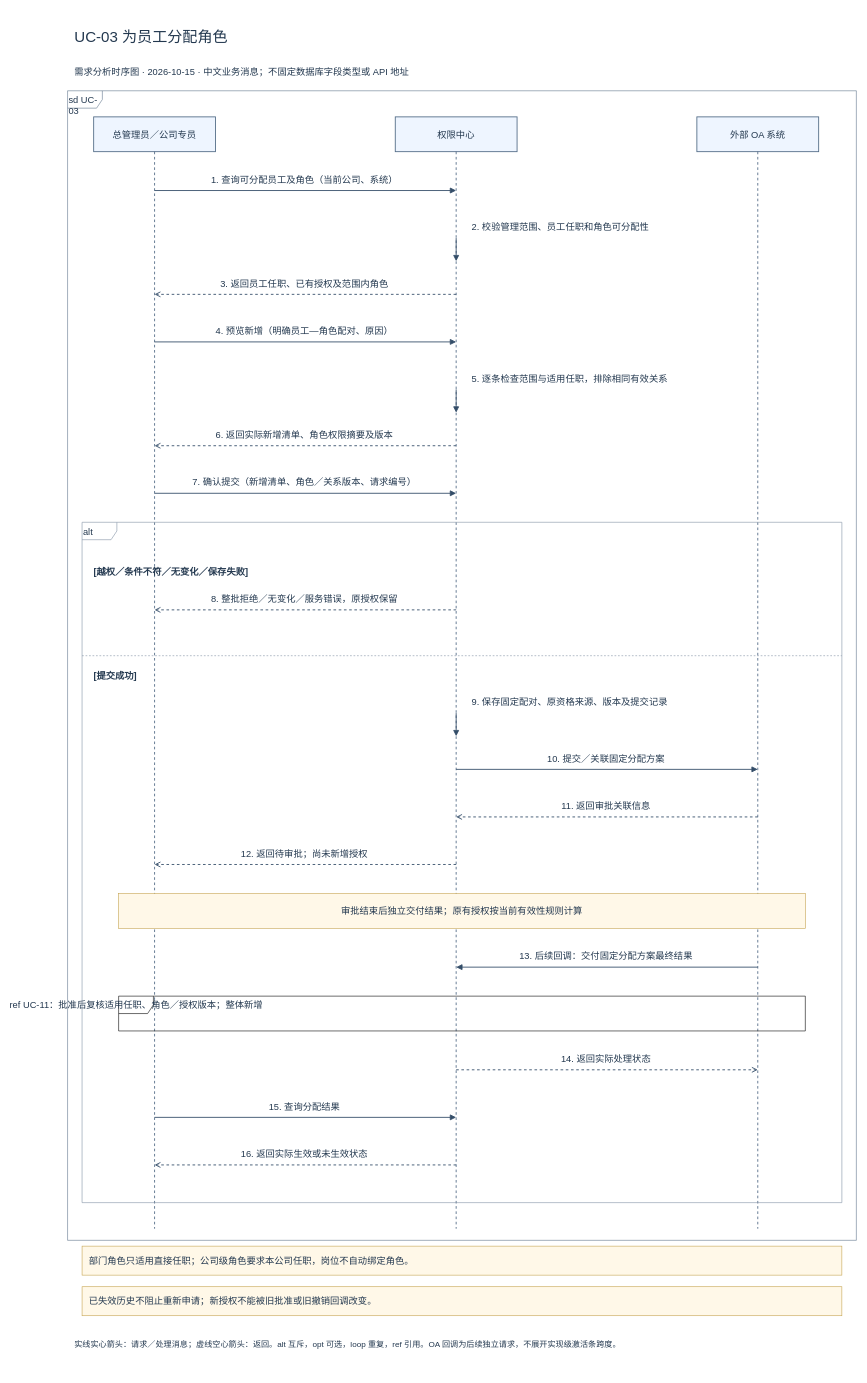
The draw.io diagram page "UC-03 为员工分配角色" (3 of 18) of docs/sequences-v1/权限管理系统_全部时序图.drawio in Noah-hope/RBAC-admin, before the edit. Source tidied: cells renumbered, new cells numbered last; positions are measured from the earlier drawing's top-left corner, leaving out a move shared by most shapes. Both pictures are drawn from the tidied source at 58%, with x=0, y=0 at pixel (67, 24).
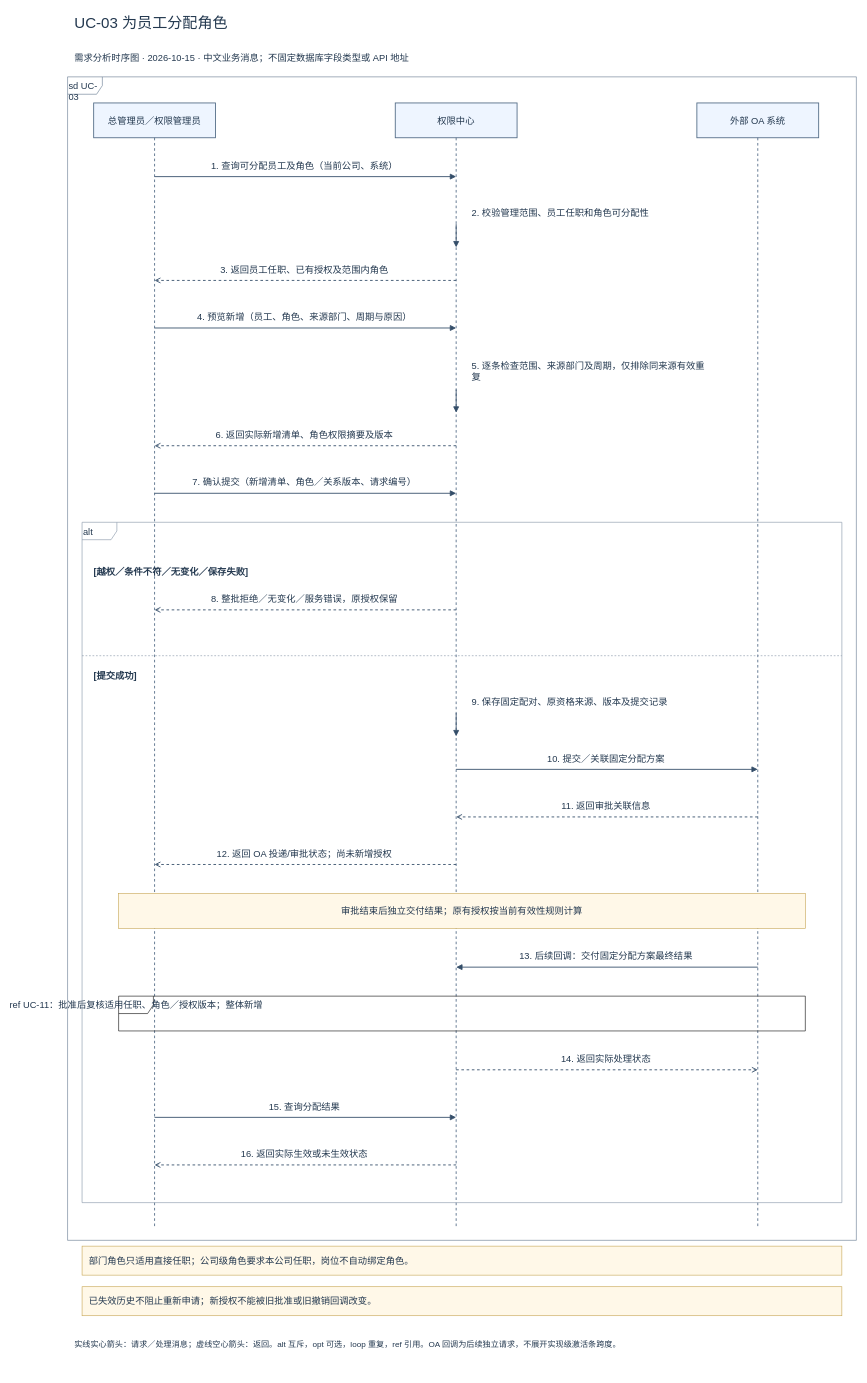
After the change.

Change to the diagram source:
```diff
@@
     <mxCell id="2" value="sd UC-03" style="html=1;fontFamily=Microsoft YaHei;fontSize=16;fontColor=#23384f;shape=umlFrame;whiteSpace=wrap;align=left;verticalAlign=top;fillColor=none;strokeColor=#60748b;" parent="1" vertex="1">
-      <mxGeometry y="115" width="1360" height="1982" as="geometry" />
+      <mxGeometry y="91" width="1360" height="2006" as="geometry" />
     </mxCell>
     <mxCell id="3" value="UC-03 为员工分配角色" style="html=1;fontFamily=Microsoft YaHei;fontSize=16;fontColor=#23384f;text;align=left;fontSize=26;fillColor=none;strokeColor=none;" parent="1" vertex="1">
-      <mxGeometry x="10" width="1340" height="60" as="geometry" />
+      <mxGeometry x="10" y="-24" width="1340" height="60" as="geometry" />
     </mxCell>
     <mxCell id="4" value="需求分析时序图 · 2026-10-15 · 中文业务消息；不固定数据库字段类型或 API 地址" style="html=1;fontFamily=Microsoft YaHei;fontSize=16;fontColor=#23384f;text;align=left;fillColor=none;strokeColor=none;" parent="1" vertex="1">
-      <mxGeometry x="10" y="67" width="1340" height="40" as="geometry" />
+      <mxGeometry x="10" y="43" width="1340" height="40" as="geometry" />
     </mxCell>
-    <mxCell id="5" value="总管理员／公司专员" style="html=1;fontFamily=Microsoft YaHei;fontSize=16;fontColor=#23384f;shape=umlLifeline;perimeter=lifelinePerimeter;size=60;align=center;verticalAlign=top;spacingTop=15;whiteSpace=wrap;fillColor=#eef5ff;strokeColor=#526b86;strokeWidth=1.5;" parent="1" vertex="1">
-      <mxGeometry x="45" y="160" width="210" height="1917" as="geometry" />
+    <mxCell id="5" value="总管理员／权限管理员" style="html=1;fontFamily=Microsoft YaHei;fontSize=16;fontColor=#23384f;shape=umlLifeline;perimeter=lifelinePerimeter;size=60;align=center;verticalAlign=top;spacingTop=15;whiteSpace=wrap;fillColor=#eef5ff;strokeColor=#526b86;strokeWidth=1.5;" parent="1" vertex="1">
+      <mxGeometry x="45" y="136" width="210" height="1941" as="geometry" />
     </mxCell>
     <mxCell id="6" value="权限中心" style="html=1;fontFamily=Microsoft YaHei;fontSize=16;fontColor=#23384f;shape=umlLifeline;perimeter=lifelinePerimeter;size=60;align=center;verticalAlign=top;spacingTop=15;whiteSpace=wrap;fillColor=#eef5ff;strokeColor=#526b86;strokeWidth=1.5;" parent="1" vertex="1">
-      <mxGeometry x="565" y="160" width="210" height="1917" as="geometry" />
+      <mxGeometry x="565" y="136" width="210" height="1941" as="geometry" />
     </mxCell>
     <mxCell id="7" value="外部 OA 系统" style="html=1;fontFamily=Microsoft YaHei;fontSize=16;fontColor=#23384f;shape=umlLifeline;perimeter=lifelinePerimeter;size=60;align=center;verticalAlign=top;spacingTop=15;whiteSpace=wrap;fillColor=#eef5ff;strokeColor=#526b86;strokeWidth=1.5;" parent="1" vertex="1">
-      <mxGeometry x="1085" y="160" width="210" height="1917" as="geometry" />
+      <mxGeometry x="1085" y="136" width="210" height="1941" as="geometry" />
     </mxCell>
@@
-    <mxCell id="12" style="html=1;edgeStyle=none;rounded=0;strokeColor=#334d68;strokeWidth=1.5;endSize=7;endArrow=block;endFill=1;exitX=0.5;entryX=0.5;exitY=0.06624934793948878;entryY=0.06624934793948878;exitPerimeter=0;entryPerimeter=0;jettySize=35;" parent="1" edge="1" source="5" target="6">
+    <mxCell id="12" style="html=1;edgeStyle=none;rounded=0;strokeColor=#334d68;strokeWidth=1.5;endSize=7;endArrow=block;endFill=1;exitX=0.5;entryX=0.5;exitY=0.06543019062339;entryY=0.06543019062339;exitPerimeter=0;entryPerimeter=0;jettySize=35;" parent="1" edge="1" source="5" target="6">
       <mxGeometry relative="1" as="geometry" />
     </mxCell>
     <mxCell id="13" value="1. 查询可分配员工及角色（当前公司、系统）" style="html=1;fontFamily=Microsoft YaHei;fontSize=16;fontColor=#23384f;text;align=center;verticalAlign=middle;fillColor=#ffffff;strokeColor=none;" parent="1" vertex="1">
-      <mxGeometry x="175" y="256" width="465" height="24" as="geometry" />
+      <mxGeometry x="175" y="232" width="465" height="24" as="geometry" />
     </mxCell>
-    <mxCell id="14" style="html=1;edgeStyle=orthogonalEdgeStyle;rounded=0;strokeColor=#334d68;strokeWidth=1.5;endSize=7;endArrow=block;endFill=1;exitX=0.5;entryX=0.5;exitY=0.1090245174752217;entryY=0.1298904538341158;exitPerimeter=0;entryPerimeter=0;jettySize=35;" parent="1" edge="1" source="6" target="6">
+    <mxCell id="14" style="html=1;edgeStyle=orthogonalEdgeStyle;rounded=0;strokeColor=#334d68;strokeWidth=1.5;endSize=7;endArrow=block;endFill=1;exitX=0.5;entryX=0.5;exitY=0.10767645543534261;entryY=0.12828438948995363;exitPerimeter=0;entryPerimeter=0;jettySize=35;" parent="1" edge="1" source="6" target="6">
       <mxGeometry relative="1" as="geometry" />
     </mxCell>
     <mxCell id="15" value="2. 校验管理范围、员工任职和角色可分配性" style="html=1;fontFamily=Microsoft YaHei;fontSize=16;fontColor=#23384f;text;align=left;verticalAlign=middle;fillColor=#ffffff;strokeColor=none;" parent="1" vertex="1">
-      <mxGeometry x="695" y="338" width="410" height="24" as="geometry" />
+      <mxGeometry x="695" y="314" width="410" height="24" as="geometry" />
     </mxCell>
-    <mxCell id="16" style="html=1;edgeStyle=none;rounded=0;strokeColor=#334d68;strokeWidth=1.5;endSize=7;endArrow=open;endFill=0;dashed=1;exitX=0.5;entryX=0.5;exitY=0.1596244131455399;entryY=0.1596244131455399;exitPerimeter=0;entryPerimeter=0;jettySize=35;" parent="1" edge="1" source="6" target="5">
+    <mxCell id="16" style="html=1;edgeStyle=none;rounded=0;strokeColor=#334d68;strokeWidth=1.5;endSize=7;endArrow=open;endFill=0;dashed=1;exitX=0.5;entryX=0.5;exitY=0.15765069551777433;entryY=0.15765069551777433;exitPerimeter=0;entryPerimeter=0;jettySize=35;" parent="1" edge="1" source="6" target="5">
       <mxGeometry relative="1" as="geometry" />
     </mxCell>
     <mxCell id="17" value="3. 返回员工任职、已有授权及范围内角色" style="html=1;fontFamily=Microsoft YaHei;fontSize=16;fontColor=#23384f;text;align=center;verticalAlign=middle;fillColor=#ffffff;strokeColor=none;" parent="1" vertex="1">
-      <mxGeometry x="175" y="435" width="465" height="24" as="geometry" />
+      <mxGeometry x="175" y="411" width="465" height="24" as="geometry" />
     </mxCell>
-    <mxCell id="18" style="html=1;edgeStyle=none;rounded=0;strokeColor=#334d68;strokeWidth=1.5;endSize=7;endArrow=block;endFill=1;exitX=0.5;entryX=0.5;exitY=0.2023995826812728;entryY=0.2023995826812728;exitPerimeter=0;entryPerimeter=0;jettySize=35;" parent="1" edge="1" source="5" target="6">
+    <mxCell id="18" style="html=1;edgeStyle=none;rounded=0;strokeColor=#334d68;strokeWidth=1.5;endSize=7;endArrow=block;endFill=1;exitX=0.5;entryX=0.5;exitY=0.19989696032972695;entryY=0.19989696032972695;exitPerimeter=0;entryPerimeter=0;jettySize=35;" parent="1" edge="1" source="5" target="6">
       <mxGeometry relative="1" as="geometry" />
     </mxCell>
-    <mxCell id="19" value="4. 预览新增（明确员工—角色配对、原因）" style="html=1;fontFamily=Microsoft YaHei;fontSize=16;fontColor=#23384f;text;align=center;verticalAlign=middle;fillColor=#ffffff;strokeColor=none;" parent="1" vertex="1">
-      <mxGeometry x="175" y="517" width="465" height="24" as="geometry" />
+    <mxCell id="19" value="4. 预览新增（员工、角色、来源部门、周期与原因）" style="html=1;fontFamily=Microsoft YaHei;fontSize=16;fontColor=#23384f;text;align=center;verticalAlign=middle;fillColor=#ffffff;strokeColor=none;" parent="1" vertex="1">
+      <mxGeometry x="175" y="493" width="465" height="24" as="geometry" />
     </mxCell>
-    <mxCell id="20" style="html=1;edgeStyle=orthogonalEdgeStyle;rounded=0;strokeColor=#334d68;strokeWidth=1.5;endSize=7;endArrow=block;endFill=1;exitX=0.5;entryX=0.5;exitY=0.24517475221700574;entryY=0.26604068857589985;exitPerimeter=0;entryPerimeter=0;jettySize=35;" parent="1" edge="1" source="6" target="6">
+    <mxCell id="20" style="html=1;edgeStyle=orthogonalEdgeStyle;rounded=0;strokeColor=#334d68;strokeWidth=1.5;endSize=7;endArrow=block;endFill=1;exitX=0.5;entryX=0.5;exitY=0.25450798557444615;entryY=0.2751159196290572;exitPerimeter=0;entryPerimeter=0;jettySize=35;" parent="1" edge="1" source="6" target="6">
       <mxGeometry relative="1" as="geometry" />
     </mxCell>
-    <mxCell id="21" value="5. 逐条检查范围与适用任职，排除相同有效关系" style="html=1;fontFamily=Microsoft YaHei;fontSize=16;fontColor=#23384f;text;align=left;verticalAlign=middle;fillColor=#ffffff;strokeColor=none;" parent="1" vertex="1">
-      <mxGeometry x="695" y="599" width="410" height="24" as="geometry" />
+    <mxCell id="21" value="5. 逐条检查范围、来源部门及周期，仅排除同来源有效重&lt;br&gt;复" style="html=1;fontFamily=Microsoft YaHei;fontSize=16;fontColor=#23384f;text;align=left;verticalAlign=middle;fillColor=#ffffff;strokeColor=none;" parent="1" vertex="1">
+      <mxGeometry x="695" y="575" width="410" height="48" as="geometry" />
     </mxCell>
-    <mxCell id="22" style="html=1;edgeStyle=none;rounded=0;strokeColor=#334d68;strokeWidth=1.5;endSize=7;endArrow=open;endFill=0;dashed=1;exitX=0.5;entryX=0.5;exitY=0.29577464788732394;entryY=0.29577464788732394;exitPerimeter=0;entryPerimeter=0;jettySize=35;" parent="1" edge="1" source="6" target="5">
+    <mxCell id="22" style="html=1;edgeStyle=none;rounded=0;strokeColor=#334d68;strokeWidth=1.5;endSize=7;endArrow=open;endFill=0;dashed=1;exitX=0.5;entryX=0.5;exitY=0.3044822256568779;entryY=0.3044822256568779;exitPerimeter=0;entryPerimeter=0;jettySize=35;" parent="1" edge="1" source="6" target="5">
       <mxGeometry relative="1" as="geometry" />
     </mxCell>
@@
-    <mxCell id="24" style="html=1;edgeStyle=none;rounded=0;strokeColor=#334d68;strokeWidth=1.5;endSize=7;endArrow=block;endFill=1;exitX=0.5;entryX=0.5;exitY=0.33854981742305684;entryY=0.33854981742305684;exitPerimeter=0;entryPerimeter=0;jettySize=35;" parent="1" edge="1" source="5" target="6">
+    <mxCell id="24" style="html=1;edgeStyle=none;rounded=0;strokeColor=#334d68;strokeWidth=1.5;endSize=7;endArrow=block;endFill=1;exitX=0.5;entryX=0.5;exitY=0.3467284904688305;entryY=0.3467284904688305;exitPerimeter=0;entryPerimeter=0;jettySize=35;" parent="1" edge="1" source="5" target="6">
       <mxGeometry relative="1" as="geometry" />
     </mxCell>
@@
-    <mxCell id="26" style="html=1;edgeStyle=none;rounded=0;strokeColor=#334d68;strokeWidth=1.5;endSize=7;endArrow=open;endFill=0;dashed=1;exitX=0.5;entryX=0.5;exitY=0.44340114762649974;entryY=0.44340114762649974;exitPerimeter=0;entryPerimeter=0;jettySize=35;" parent="1" edge="1" source="6" target="5">
+    <mxCell id="26" style="html=1;edgeStyle=none;rounded=0;strokeColor=#334d68;strokeWidth=1.5;endSize=7;endArrow=open;endFill=0;dashed=1;exitX=0.5;entryX=0.5;exitY=0.4502833590932509;entryY=0.4502833590932509;exitPerimeter=0;entryPerimeter=0;jettySize=35;" parent="1" edge="1" source="6" target="5">
       <mxGeometry relative="1" as="geometry" />
     </mxCell>
@@
-    <mxCell id="28" style="html=1;edgeStyle=orthogonalEdgeStyle;rounded=0;strokeColor=#334d68;strokeWidth=1.5;endSize=7;endArrow=block;endFill=1;exitX=0.5;entryX=0.5;exitY=0.5362545644235786;entryY=0.5571205007824727;exitPerimeter=0;entryPerimeter=0;jettySize=35;" parent="1" edge="1" source="6" target="6">
+    <mxCell id="28" style="html=1;edgeStyle=orthogonalEdgeStyle;rounded=0;strokeColor=#334d68;strokeWidth=1.5;endSize=7;endArrow=block;endFill=1;exitX=0.5;entryX=0.5;exitY=0.54198866563627;entryY=0.5625965996908809;exitPerimeter=0;entryPerimeter=0;jettySize=35;" parent="1" edge="1" source="6" target="6">
       <mxGeometry relative="1" as="geometry" />
     </mxCell>
@@
-    <mxCell id="30" style="html=1;edgeStyle=none;rounded=0;strokeColor=#334d68;strokeWidth=1.5;endSize=7;endArrow=block;endFill=1;exitX=0.5;entryX=0.5;exitY=0.5868544600938967;entryY=0.5868544600938967;exitPerimeter=0;entryPerimeter=0;jettySize=35;" parent="1" edge="1" source="6" target="7">
+    <mxCell id="30" style="html=1;edgeStyle=none;rounded=0;strokeColor=#334d68;strokeWidth=1.5;endSize=7;endArrow=block;endFill=1;exitX=0.5;entryX=0.5;exitY=0.5919629057187017;entryY=0.5919629057187017;exitPerimeter=0;entryPerimeter=0;jettySize=35;" parent="1" edge="1" source="6" target="7">
       <mxGeometry relative="1" as="geometry" />
     </mxCell>
@@
-    <mxCell id="32" style="html=1;edgeStyle=none;rounded=0;strokeColor=#334d68;strokeWidth=1.5;endSize=7;endArrow=open;endFill=0;dashed=1;exitX=0.5;entryX=0.5;exitY=0.6296296296296297;entryY=0.6296296296296297;exitPerimeter=0;entryPerimeter=0;jettySize=35;" parent="1" edge="1" source="7" target="6">
+    <mxCell id="32" style="html=1;edgeStyle=none;rounded=0;strokeColor=#334d68;strokeWidth=1.5;endSize=7;endArrow=open;endFill=0;dashed=1;exitX=0.5;entryX=0.5;exitY=0.6342091705306543;entryY=0.6342091705306543;exitPerimeter=0;entryPerimeter=0;jettySize=35;" parent="1" edge="1" source="7" target="6">
       <mxGeometry relative="1" as="geometry" />
     </mxCell>
@@
-    <mxCell id="34" style="html=1;edgeStyle=none;rounded=0;strokeColor=#334d68;strokeWidth=1.5;endSize=7;endArrow=open;endFill=0;dashed=1;exitX=0.5;entryX=0.5;exitY=0.6724047991653626;entryY=0.6724047991653626;exitPerimeter=0;entryPerimeter=0;jettySize=35;" parent="1" edge="1" source="6" target="5">
+    <mxCell id="34" style="html=1;edgeStyle=none;rounded=0;strokeColor=#334d68;strokeWidth=1.5;endSize=7;endArrow=open;endFill=0;dashed=1;exitX=0.5;entryX=0.5;exitY=0.6764554353426069;entryY=0.6764554353426069;exitPerimeter=0;entryPerimeter=0;jettySize=35;" parent="1" edge="1" source="6" target="5">
       <mxGeometry relative="1" as="geometry" />
     </mxCell>
-    <mxCell id="35" value="12. 返回待审批；尚未新增授权" style="html=1;fontFamily=Microsoft YaHei;fontSize=16;fontColor=#23384f;text;align=center;verticalAlign=middle;fillColor=#ffffff;strokeColor=none;" parent="1" vertex="1">
+    <mxCell id="35" value="12. 返回 OA 投递/审批状态；尚未新增授权" style="html=1;fontFamily=Microsoft YaHei;fontSize=16;fontColor=#23384f;text;align=center;verticalAlign=middle;fillColor=#ffffff;strokeColor=none;" parent="1" vertex="1">
       <mxGeometry x="175" y="1418" width="465" height="24" as="geometry" />
     </mxCell>
@@
-    <mxCell id="37" style="html=1;edgeStyle=none;rounded=0;strokeColor=#334d68;strokeWidth=1.5;endSize=7;endArrow=block;endFill=1;exitX=0.5;entryX=0.5;exitY=0.764736567553469;entryY=0.764736567553469;exitPerimeter=0;entryPerimeter=0;jettySize=35;" parent="1" edge="1" source="7" target="6">
+    <mxCell id="37" style="html=1;edgeStyle=none;rounded=0;strokeColor=#334d68;strokeWidth=1.5;endSize=7;endArrow=block;endFill=1;exitX=0.5;entryX=0.5;exitY=0.7676455435342607;entryY=0.7676455435342607;exitPerimeter=0;entryPerimeter=0;jettySize=35;" parent="1" edge="1" source="7" target="6">
       <mxGeometry relative="1" as="geometry" />
     </mxCell>
@@
-    <mxCell id="40" style="html=1;edgeStyle=none;rounded=0;strokeColor=#334d68;strokeWidth=1.5;endSize=7;endArrow=open;endFill=0;dashed=1;exitX=0.5;entryX=0.5;exitY=0.8570683359415754;entryY=0.8570683359415754;exitPerimeter=0;entryPerimeter=0;jettySize=35;" parent="1" edge="1" source="6" target="7">
+    <mxCell id="40" style="html=1;edgeStyle=none;rounded=0;strokeColor=#334d68;strokeWidth=1.5;endSize=7;endArrow=open;endFill=0;dashed=1;exitX=0.5;entryX=0.5;exitY=0.8588356517259145;entryY=0.8588356517259145;exitPerimeter=0;entryPerimeter=0;jettySize=35;" parent="1" edge="1" source="6" target="7">
       <mxGeometry relative="1" as="geometry" />
     </mxCell>
@@
-    <mxCell id="42" style="html=1;edgeStyle=none;rounded=0;strokeColor=#334d68;strokeWidth=1.5;endSize=7;endArrow=block;endFill=1;exitX=0.5;entryX=0.5;exitY=0.8998435054773083;entryY=0.8998435054773083;exitPerimeter=0;entryPerimeter=0;jettySize=35;" parent="1" edge="1" source="5" target="6">
+    <mxCell id="42" style="html=1;edgeStyle=none;rounded=0;strokeColor=#334d68;strokeWidth=1.5;endSize=7;endArrow=block;endFill=1;exitX=0.5;entryX=0.5;exitY=0.9010819165378671;entryY=0.9010819165378671;exitPerimeter=0;entryPerimeter=0;jettySize=35;" parent="1" edge="1" source="5" target="6">
       <mxGeometry relative="1" as="geometry" />
     </mxCell>
@@
-    <mxCell id="44" style="html=1;edgeStyle=none;rounded=0;strokeColor=#334d68;strokeWidth=1.5;endSize=7;endArrow=open;endFill=0;dashed=1;exitX=0.5;entryX=0.5;exitY=0.9426186750130412;entryY=0.9426186750130412;exitPerimeter=0;entryPerimeter=0;jettySize=35;" parent="1" edge="1" source="6" target="5">
+    <mxCell id="44" style="html=1;edgeStyle=none;rounded=0;strokeColor=#334d68;strokeWidth=1.5;endSize=7;endArrow=open;endFill=0;dashed=1;exitX=0.5;entryX=0.5;exitY=0.9433281813498197;entryY=0.9433281813498197;exitPerimeter=0;entryPerimeter=0;jettySize=35;" parent="1" edge="1" source="6" target="5">
       <mxGeometry relative="1" as="geometry" />
     </mxCell>
```
